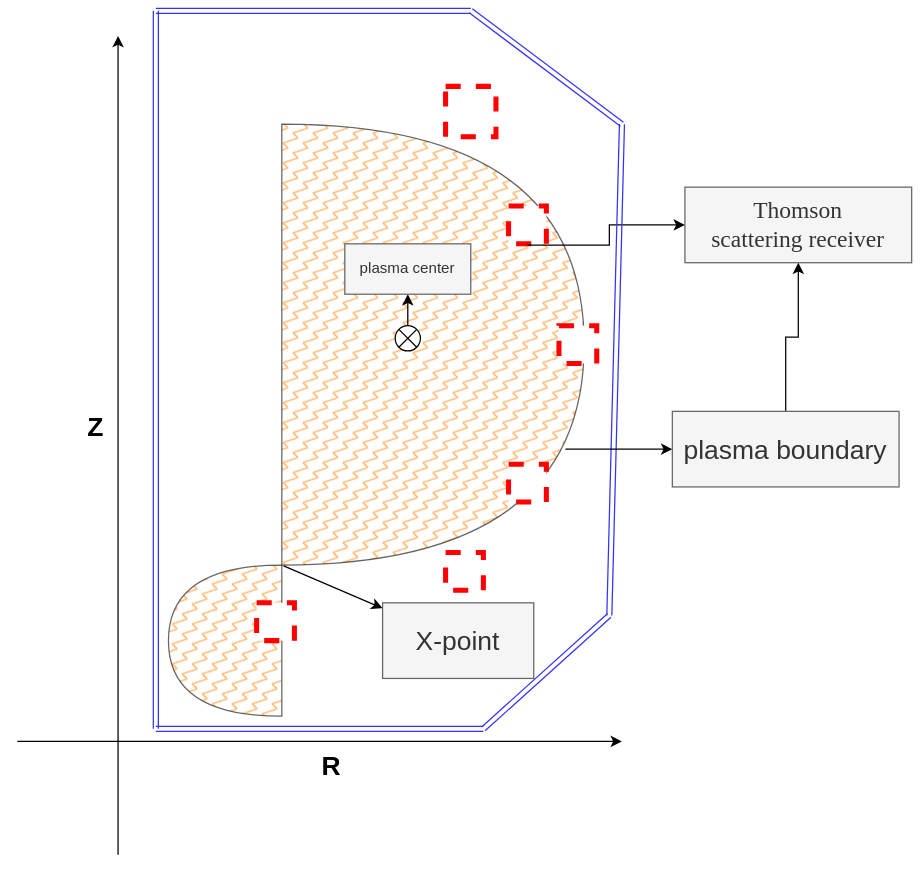
Above: shape.svg in Harry1910356/paizhao (draw.io), before the change. Source tidied: cells renumbered, new cells last; positions are measured from the earlier drawing's top-left corner, leaving out a move shared by most shapes.
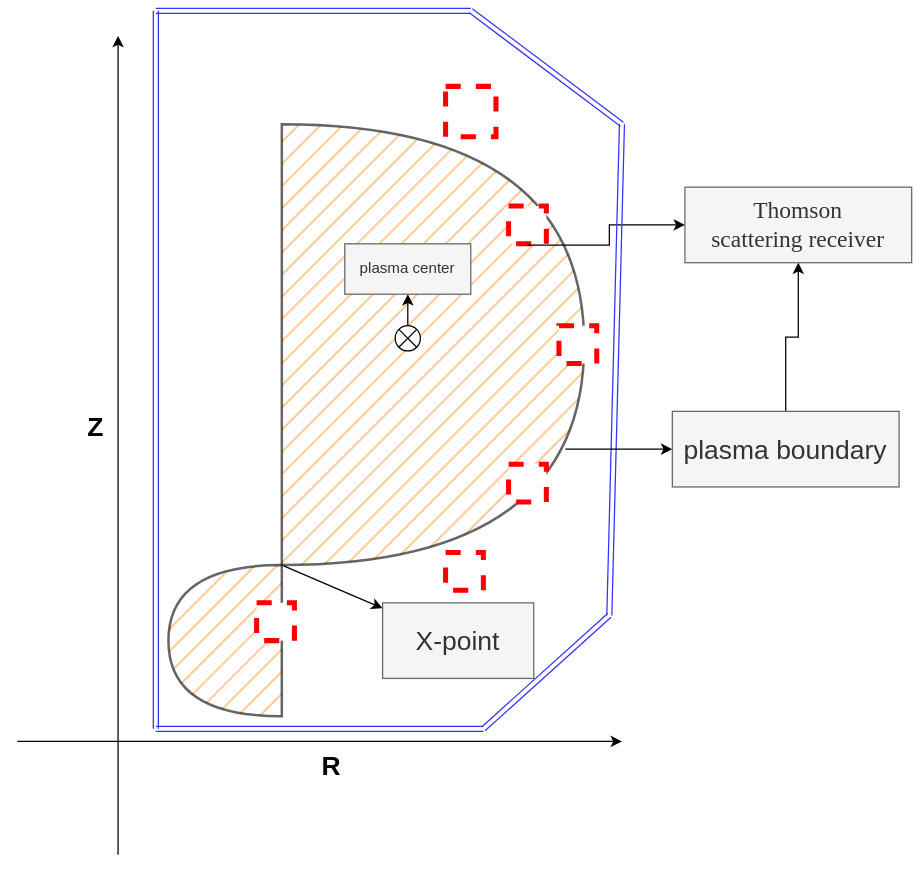
Above is the later version.

Diff of the diagram source:
```diff
@@ -2,10 +2,10 @@
   <root>
     <mxCell id="0" />
     <mxCell id="1" parent="0" />
-    <mxCell id="2" style="shape=or;whiteSpace=wrap;html=1;fillColor=#FF9933;fillStyle=zigzag-line;opacity=60;" parent="1" vertex="1">
+    <mxCell id="2" style="shape=or;whiteSpace=wrap;html=1;fillColor=#FF9933;fillStyle=hatch;opacity=60;strokeWidth=2;" parent="1" vertex="1">
       <mxGeometry x="210" y="90" width="240" height="350" as="geometry" />
     </mxCell>
-    <mxCell id="3" style="shape=or;whiteSpace=wrap;html=1;rotation=-180;fillColor=#FF9933;fillStyle=zigzag-line;opacity=60;" parent="1" vertex="1">
+    <mxCell id="3" style="shape=or;whiteSpace=wrap;html=1;rotation=-180;fillColor=#FF9933;fillStyle=hatch;opacity=60;strokeWidth=2;" parent="1" vertex="1">
       <mxGeometry x="120" y="440" width="90" height="120" as="geometry" />
     </mxCell>
     <mxCell id="4" style="whiteSpace=wrap;html=1;dashed=1;strokeWidth=4;perimeterSpacing=1;strokeColor=#FF0000;" parent="1" vertex="1">
```
